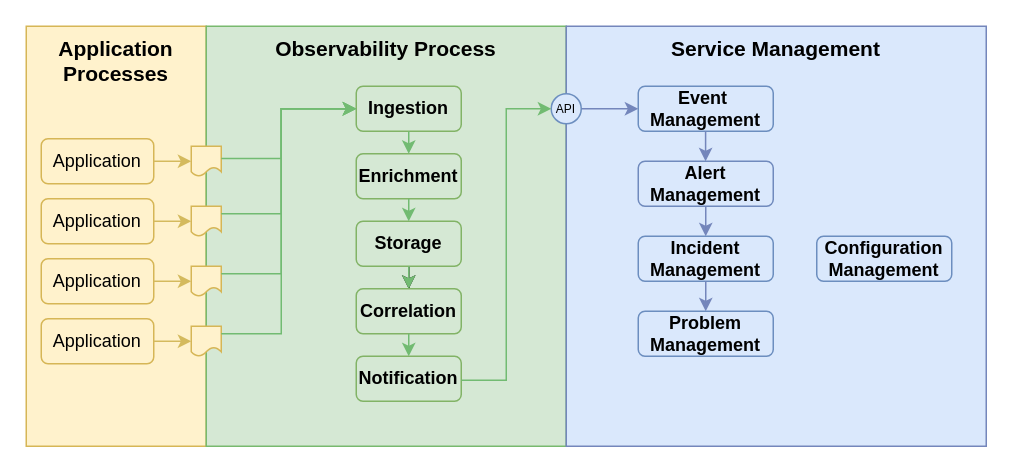
Before: servicenow/docs/Log_to_Incident/Log_to_Incident.drawio in gxbrooks/spark-observability, a draw.io diagram. Source tidied: cells renumbered, new cells numbered last; positions are measured from the earlier drawing's top-left corner, leaving out a move shared by most shapes. Both pictures are drawn from the tidied source at 150%, with x=0, y=0 at pixel (26, 26).
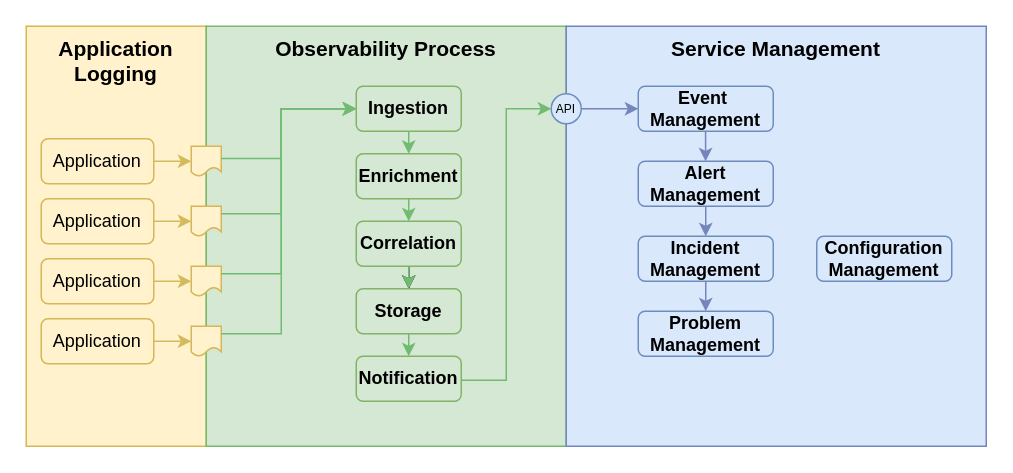
After the change.

Diff of the diagram source:
```diff
@@
-    <mxCell id="2" value="Application Processes" style="whiteSpace=wrap;html=1;fillColor=#fff2cc;strokeColor=#d6b656;verticalAlign=top;fontStyle=1;imageAspect=0;fontSize=14;" parent="1" vertex="1">
+    <mxCell id="2" value="Application Logging" style="whiteSpace=wrap;html=1;fillColor=#fff2cc;strokeColor=#d6b656;verticalAlign=top;fontStyle=1;imageAspect=0;fontSize=14;" parent="1" vertex="1">
       <mxGeometry width="120" height="280" as="geometry" />
     </mxCell>
@@
-    <mxCell id="20" value="Storage" style="rounded=1;whiteSpace=wrap;html=1;fillColor=#d5e8d4;strokeColor=#82b366;fontStyle=1;" parent="1" vertex="1">
+    <mxCell id="20" value="Correlation" style="rounded=1;whiteSpace=wrap;html=1;fillColor=#d5e8d4;strokeColor=#82b366;fontStyle=1;" parent="1" vertex="1">
       <mxGeometry x="220" y="130" width="70" height="30" as="geometry" />
     </mxCell>
-    <mxCell id="21" value="Correlation" style="rounded=1;whiteSpace=wrap;html=1;fillColor=#d5e8d4;strokeColor=#82b366;fontStyle=1;" parent="1" vertex="1">
+    <mxCell id="21" value="Storage" style="rounded=1;whiteSpace=wrap;html=1;fillColor=#d5e8d4;strokeColor=#82b366;fontStyle=1;" parent="1" vertex="1">
       <mxGeometry x="220" y="175" width="70" height="30" as="geometry" />
     </mxCell>
```
